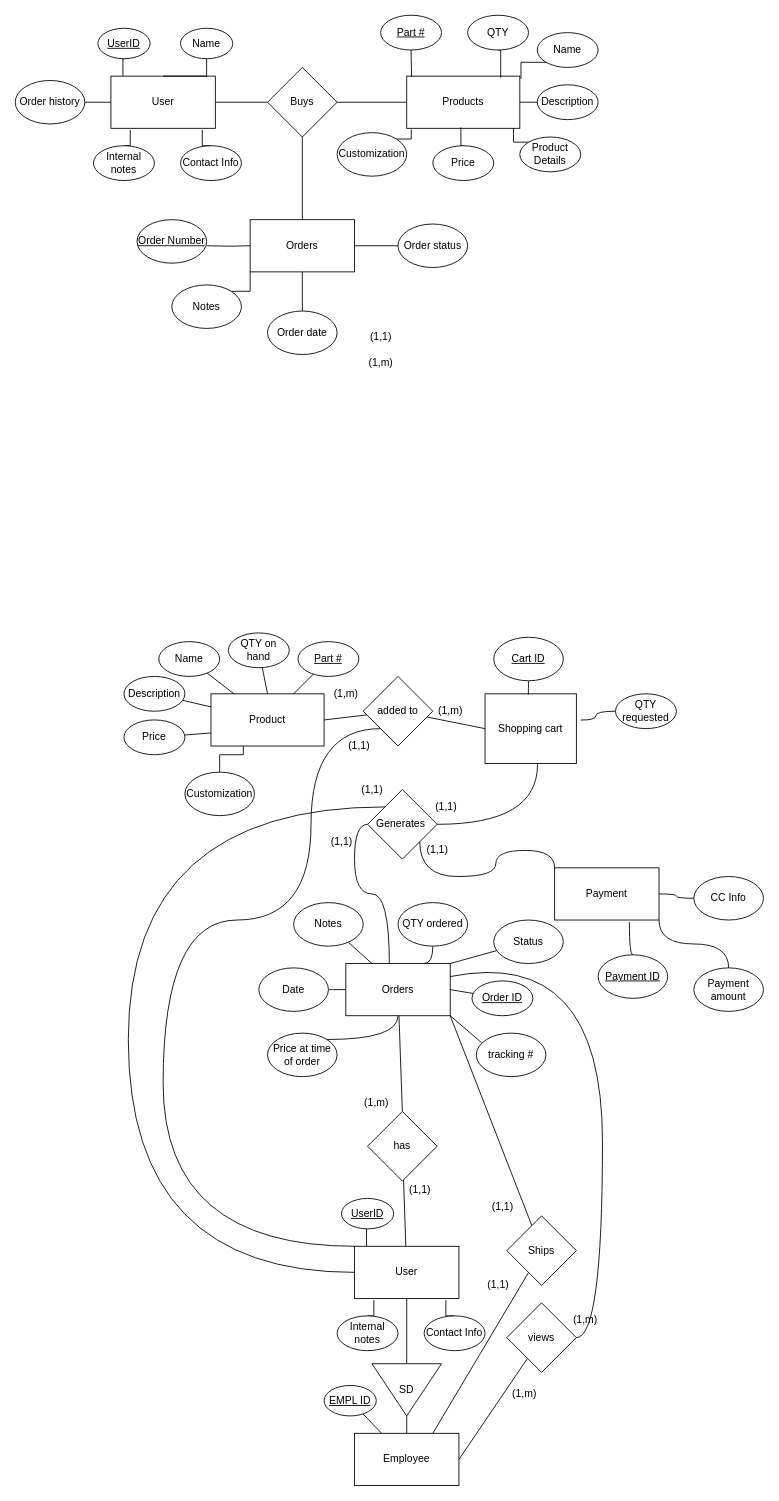
Above: ecomm.drawio in 466group2/Group02Project (draw.io), before the change. Source tidied: cells renumbered, new cells numbered last; positions are measured from the earlier drawing's top-left corner, leaving out a move shared by most shapes. Both pictures are drawn from the tidied source at 87%, with x=0, y=0 at pixel (15, 15).
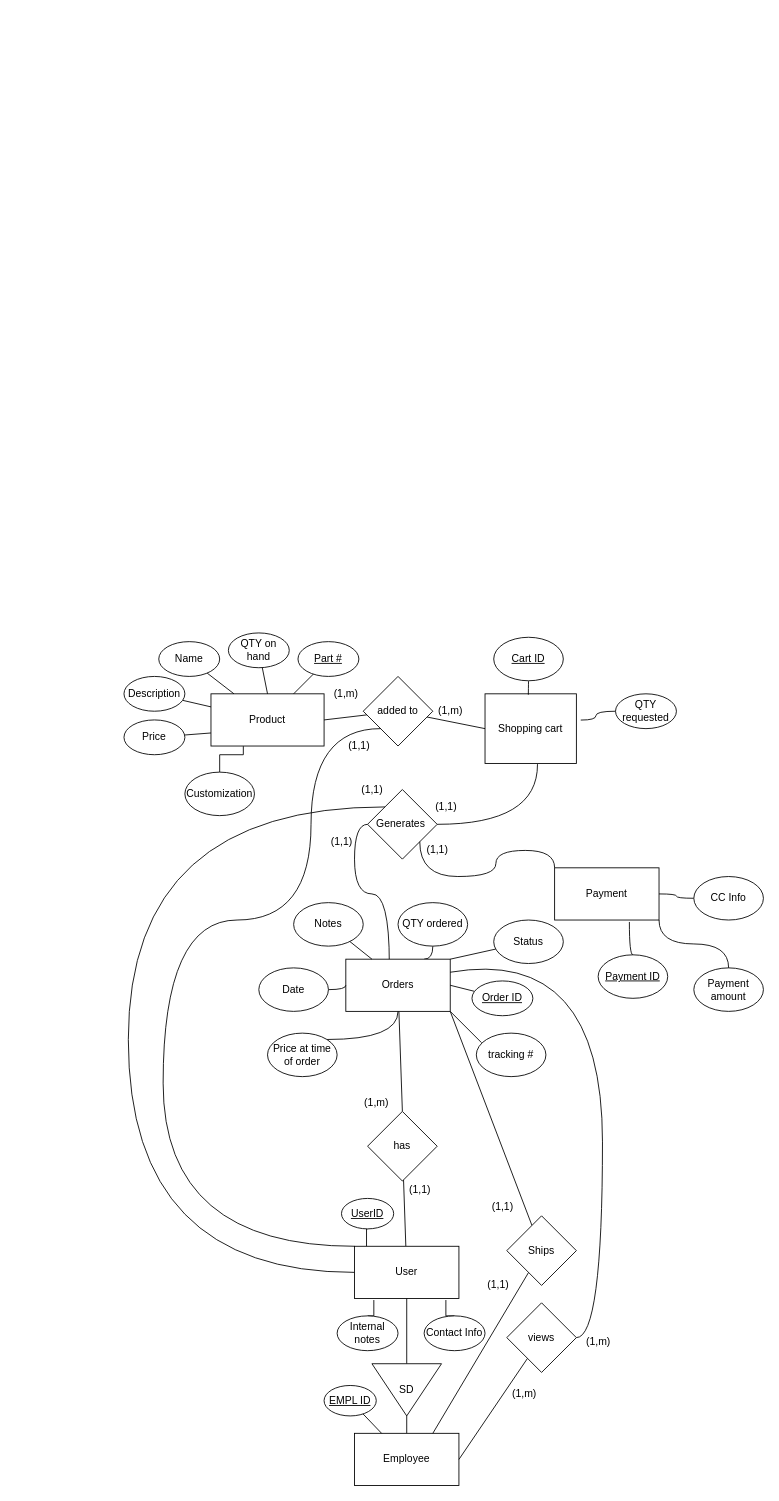
After the change.

Change to the diagram source:
```diff
@@
-    <mxCell id="2" style="edgeStyle=orthogonalEdgeStyle;rounded=0;jettySize=auto;html=1;exitX=1;exitY=0.5;exitDx=0;exitDy=0;entryX=0;entryY=0.5;entryDx=0;entryDy=0;endArrow=none;endFill=0;" parent="1" edge="1" source="3" target="7">
-      <mxGeometry relative="1" as="geometry" />
-    </mxCell>
-    <mxCell id="3" value="User" style="rounded=0;whiteSpace=wrap;html=1;" parent="1" vertex="1">
-      <mxGeometry x="110" y="70" width="120" height="60" as="geometry" />
-    </mxCell>
-    <mxCell id="4" style="edgeStyle=orthogonalEdgeStyle;rounded=0;jettySize=auto;html=1;exitX=0;exitY=0.5;exitDx=0;exitDy=0;entryX=1;entryY=0.5;entryDx=0;entryDy=0;endArrow=none;endFill=0;" parent="1" edge="1" source="5" target="7">
-      <mxGeometry relative="1" as="geometry" />
-    </mxCell>
-    <mxCell id="5" value="Products" style="rounded=0;whiteSpace=wrap;html=1;" parent="1" vertex="1">
-      <mxGeometry x="450" y="70" width="130" height="60" as="geometry" />
-    </mxCell>
-    <mxCell id="6" style="edgeStyle=orthogonalEdgeStyle;rounded=0;jettySize=auto;html=1;exitX=0.5;exitY=1;exitDx=0;exitDy=0;entryX=0.5;entryY=0;entryDx=0;entryDy=0;endArrow=none;endFill=0;" parent="1" edge="1" source="7" target="32">
-      <mxGeometry relative="1" as="geometry" />
-    </mxCell>
-    <mxCell id="7" value="Buys" style="rhombus;whiteSpace=wrap;html=1;" parent="1" vertex="1">
-      <mxGeometry x="290" y="60" width="80" height="80" as="geometry" />
-    </mxCell>
-    <mxCell id="8" style="edgeStyle=orthogonalEdgeStyle;rounded=0;jettySize=auto;html=1;exitX=0.5;exitY=1;exitDx=0;exitDy=0;entryX=0.831;entryY=0.029;entryDx=0;entryDy=0;entryPerimeter=0;endArrow=none;endFill=0;" parent="1" edge="1" source="9" target="5">
-      <mxGeometry relative="1" as="geometry" />
-    </mxCell>
-    <mxCell id="9" value="QTY" style="ellipse;whiteSpace=wrap;html=1;" parent="1" vertex="1">
-      <mxGeometry x="520" width="70" height="40" as="geometry" />
-    </mxCell>
-    <mxCell id="10" style="edgeStyle=orthogonalEdgeStyle;rounded=0;jettySize=auto;html=1;exitX=0.5;exitY=1;exitDx=0;exitDy=0;entryX=0.043;entryY=0.013;entryDx=0;entryDy=0;entryPerimeter=0;endArrow=none;endFill=0;" parent="1" edge="1" source="11" target="5">
-      <mxGeometry relative="1" as="geometry" />
-    </mxCell>
-    <mxCell id="11" value="&lt;u&gt;Part #&lt;/u&gt;" style="ellipse;whiteSpace=wrap;html=1;" parent="1" vertex="1">
-      <mxGeometry x="420" width="70" height="40" as="geometry" />
-    </mxCell>
-    <mxCell id="12" style="edgeStyle=orthogonalEdgeStyle;rounded=0;jettySize=auto;html=1;exitX=0;exitY=1;exitDx=0;exitDy=0;entryX=1.01;entryY=0.052;entryDx=0;entryDy=0;entryPerimeter=0;endArrow=none;endFill=0;" parent="1" edge="1" source="13" target="5">
-      <mxGeometry relative="1" as="geometry" />
-    </mxCell>
-    <mxCell id="13" value="Name" style="ellipse;whiteSpace=wrap;html=1;" parent="1" vertex="1">
-      <mxGeometry x="600" y="20" width="70" height="40" as="geometry" />
-    </mxCell>
-    <mxCell id="14" style="edgeStyle=orthogonalEdgeStyle;rounded=0;jettySize=auto;html=1;exitX=0;exitY=0.5;exitDx=0;exitDy=0;entryX=1;entryY=0.5;entryDx=0;entryDy=0;endArrow=none;endFill=0;" parent="1" edge="1" source="15" target="5">
-      <mxGeometry relative="1" as="geometry" />
-    </mxCell>
-    <mxCell id="15" value="Description&lt;br&gt;" style="ellipse;whiteSpace=wrap;html=1;" parent="1" vertex="1">
-      <mxGeometry x="600" y="80" width="70" height="40" as="geometry" />
-    </mxCell>
-    <mxCell id="16" style="edgeStyle=orthogonalEdgeStyle;rounded=0;jettySize=auto;html=1;exitX=0;exitY=0;exitDx=0;exitDy=0;entryX=0.944;entryY=0.997;entryDx=0;entryDy=0;entryPerimeter=0;endArrow=none;endFill=0;" parent="1" edge="1" source="17" target="5">
-      <mxGeometry relative="1" as="geometry" />
-    </mxCell>
-    <mxCell id="17" value="Product&lt;br&gt;Details" style="ellipse;whiteSpace=wrap;html=1;" parent="1" vertex="1">
-      <mxGeometry x="580" y="140" width="70" height="40" as="geometry" />
-    </mxCell>
-    <mxCell id="18" style="edgeStyle=orthogonalEdgeStyle;rounded=0;jettySize=auto;html=1;exitX=0.5;exitY=0;exitDx=0;exitDy=0;entryX=0.479;entryY=0.981;entryDx=0;entryDy=0;entryPerimeter=0;endArrow=none;endFill=0;" parent="1" edge="1" source="19" target="5">
-      <mxGeometry relative="1" as="geometry" />
-    </mxCell>
-    <mxCell id="19" value="Price" style="ellipse;whiteSpace=wrap;html=1;" parent="1" vertex="1">
-      <mxGeometry x="480" y="150" width="70" height="40" as="geometry" />
-    </mxCell>
-    <mxCell id="20" style="edgeStyle=orthogonalEdgeStyle;rounded=0;jettySize=auto;html=1;exitX=1;exitY=0;exitDx=0;exitDy=0;entryX=0.04;entryY=1.021;entryDx=0;entryDy=0;entryPerimeter=0;endArrow=none;endFill=0;" parent="1" edge="1" source="21" target="5">
-      <mxGeometry relative="1" as="geometry" />
-    </mxCell>
-    <mxCell id="21" value="Customization&lt;br&gt;" style="ellipse;whiteSpace=wrap;html=1;" parent="1" vertex="1">
-      <mxGeometry x="370" y="135" width="80" height="50" as="geometry" />
-    </mxCell>
-    <mxCell id="22" style="edgeStyle=orthogonalEdgeStyle;rounded=0;jettySize=auto;html=1;exitX=1;exitY=0.5;exitDx=0;exitDy=0;entryX=0;entryY=0.5;entryDx=0;entryDy=0;endArrow=none;endFill=0;" parent="1" edge="1" source="23" target="3">
-      <mxGeometry relative="1" as="geometry" />
-    </mxCell>
-    <mxCell id="23" value="Order history" style="ellipse;whiteSpace=wrap;html=1;" parent="1" vertex="1">
-      <mxGeometry y="75" width="80" height="50" as="geometry" />
-    </mxCell>
-    <mxCell id="24" style="edgeStyle=orthogonalEdgeStyle;rounded=0;jettySize=auto;html=1;exitX=0.5;exitY=1;exitDx=0;exitDy=0;entryX=0.115;entryY=-0.003;entryDx=0;entryDy=0;entryPerimeter=0;endArrow=none;endFill=0;" parent="1" edge="1" source="25" target="3">
-      <mxGeometry relative="1" as="geometry" />
-    </mxCell>
-    <mxCell id="25" value="&lt;u&gt;UserID&lt;/u&gt;" style="ellipse;whiteSpace=wrap;html=1;" parent="1" vertex="1">
-      <mxGeometry x="95" y="15" width="60" height="35" as="geometry" />
-    </mxCell>
-    <mxCell id="26" style="edgeStyle=orthogonalEdgeStyle;rounded=0;jettySize=auto;html=1;exitX=0.5;exitY=1;exitDx=0;exitDy=0;endArrow=none;endFill=0;" parent="1" edge="1" source="27" target="3">
-      <mxGeometry relative="1" as="geometry" />
-    </mxCell>
-    <mxCell id="27" value="Name" style="ellipse;whiteSpace=wrap;html=1;" parent="1" vertex="1">
-      <mxGeometry x="190" y="15" width="60" height="35" as="geometry" />
-    </mxCell>
-    <mxCell id="28" style="edgeStyle=orthogonalEdgeStyle;rounded=0;jettySize=auto;html=1;exitX=0.5;exitY=0;exitDx=0;exitDy=0;entryX=0.875;entryY=1.03;entryDx=0;entryDy=0;entryPerimeter=0;endArrow=none;endFill=0;" parent="1" edge="1" source="29" target="3">
-      <mxGeometry relative="1" as="geometry" />
-    </mxCell>
-    <mxCell id="29" value="Contact Info" style="ellipse;whiteSpace=wrap;html=1;" parent="1" vertex="1">
-      <mxGeometry x="190" y="150" width="70" height="40" as="geometry" />
-    </mxCell>
-    <mxCell id="30" style="edgeStyle=orthogonalEdgeStyle;rounded=0;jettySize=auto;html=1;exitX=0.5;exitY=0;exitDx=0;exitDy=0;entryX=0.185;entryY=1.03;entryDx=0;entryDy=0;entryPerimeter=0;endArrow=none;endFill=0;" parent="1" edge="1" source="31" target="3">
-      <mxGeometry relative="1" as="geometry" />
-    </mxCell>
-    <mxCell id="31" value="Internal notes&lt;br&gt;" style="ellipse;whiteSpace=wrap;html=1;" parent="1" vertex="1">
-      <mxGeometry x="90" y="150" width="70" height="40" as="geometry" />
-    </mxCell>
-    <mxCell id="32" value="Orders" style="rounded=0;whiteSpace=wrap;html=1;" parent="1" vertex="1">
-      <mxGeometry x="270" y="235" width="120" height="60" as="geometry" />
-    </mxCell>
-    <mxCell id="33" style="edgeStyle=orthogonalEdgeStyle;rounded=0;jettySize=auto;html=1;exitX=1;exitY=0.5;exitDx=0;exitDy=0;endArrow=none;endFill=0;" parent="1" edge="1" target="32">
-      <mxGeometry relative="1" as="geometry">
-        <mxPoint x="220" y="265" as="sourcePoint" />
-      </mxGeometry>
-    </mxCell>
-    <mxCell id="34" value="&lt;u&gt;Order Number&lt;/u&gt;" style="ellipse;whiteSpace=wrap;html=1;" parent="1" vertex="1">
-      <mxGeometry x="140" y="235" width="80" height="50" as="geometry" />
-    </mxCell>
-    <mxCell id="35" style="edgeStyle=orthogonalEdgeStyle;rounded=0;jettySize=auto;html=1;exitX=0;exitY=0.5;exitDx=0;exitDy=0;entryX=1;entryY=0.5;entryDx=0;entryDy=0;endArrow=none;endFill=0;" parent="1" edge="1" source="36" target="32">
-      <mxGeometry relative="1" as="geometry" />
-    </mxCell>
-    <mxCell id="36" value="Order status&lt;br&gt;" style="ellipse;whiteSpace=wrap;html=1;" parent="1" vertex="1">
-      <mxGeometry x="440" y="240" width="80" height="50" as="geometry" />
-    </mxCell>
-    <mxCell id="37" style="edgeStyle=orthogonalEdgeStyle;rounded=0;jettySize=auto;html=1;exitX=0.5;exitY=0;exitDx=0;exitDy=0;entryX=0.5;entryY=1;entryDx=0;entryDy=0;endArrow=none;endFill=0;" parent="1" edge="1" source="38" target="32">
-      <mxGeometry relative="1" as="geometry" />
-    </mxCell>
-    <mxCell id="38" value="Order date&lt;br&gt;" style="ellipse;whiteSpace=wrap;html=1;" parent="1" vertex="1">
-      <mxGeometry x="290" y="340" width="80" height="50" as="geometry" />
-    </mxCell>
-    <mxCell id="39" style="edgeStyle=orthogonalEdgeStyle;rounded=0;jettySize=auto;html=1;exitX=1;exitY=0;exitDx=0;exitDy=0;entryX=0;entryY=1;entryDx=0;entryDy=0;endArrow=none;endFill=0;" parent="1" edge="1" source="40" target="32">
-      <mxGeometry relative="1" as="geometry" />
-    </mxCell>
-    <mxCell id="40" value="Notes" style="ellipse;whiteSpace=wrap;html=1;" parent="1" vertex="1">
-      <mxGeometry x="180" y="310" width="80" height="50" as="geometry" />
-    </mxCell>
@@
     <mxCell id="59" value="Orders" style="rounded=0;whiteSpace=wrap;html=1;" parent="1" vertex="1">
-      <mxGeometry x="380" y="1090" width="120" height="60" as="geometry" />
+      <mxGeometry x="380" y="1085" width="120" height="60" as="geometry" />
     </mxCell>
@@
-    <mxCell id="95" value="(1,1)" style="text;html=1;align=center;verticalAlign=middle;fillColor=none;strokeColor=none;rounded=0;" parent="1" vertex="1">
-      <mxGeometry x="400" y="360" width="40" height="20" as="geometry" />
-    </mxCell>
-    <mxCell id="96" value="(1,m)" style="text;html=1;align=center;verticalAlign=middle;fillColor=none;strokeColor=none;rounded=0;" parent="1" vertex="1">
-      <mxGeometry x="400" y="390" width="40" height="20" as="geometry" />
-    </mxCell>
@@
     <mxCell id="105" value="(1,m)" style="text;html=1;align=center;verticalAlign=middle;fillColor=none;strokeColor=none;rounded=0;" parent="1" vertex="1">
-      <mxGeometry x="635" y="1490" width="40" height="20" as="geometry" />
+      <mxGeometry x="650" y="1515" width="40" height="20" as="geometry" />
     </mxCell>
```
